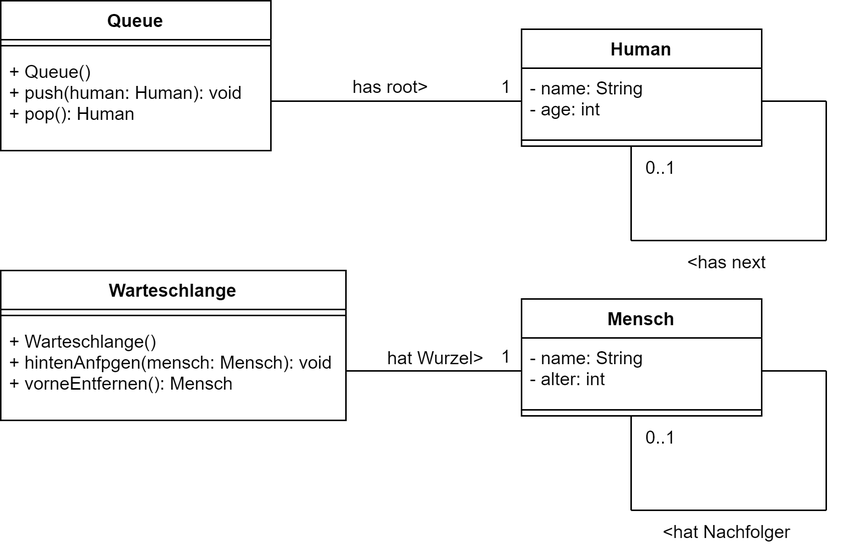
Before: Scripts/media/linkedlist_diagram.png, a diagram exported from draw.io (Lelidle/Java). Source tidied: cells renumbered, new cells last; positions are measured from the earlier drawing's top-left corner, leaving out a move shared by most shapes. The source it was exported from:
```xml
<mxGraphModel>
  <root>
    <mxCell id="0" />
    <mxCell id="1" parent="0" />
    <mxCell id="2" value="Queue" style="swimlane;fontStyle=1;align=center;verticalAlign=top;horizontal=1;startSize=26;" parent="1" vertex="1">
      <mxGeometry width="180" height="100" as="geometry" />
    </mxCell>
    <mxCell id="3" style="line;strokeWidth=1;fillColor=none;align=left;verticalAlign=middle;spacingTop=-1;spacingLeft=3;spacingRight=3;labelPosition=right;" parent="2" vertex="1">
      <mxGeometry y="26" width="180" height="8" as="geometry" />
    </mxCell>
    <mxCell id="4" value="+ Queue()&#10;+ push(human: Human): void&#10;+ pop(): Human" style="text;strokeColor=none;fillColor=none;align=left;verticalAlign=top;spacingLeft=4;spacingRight=4;overflow=hidden;points=[[0,0.5],[1,0.5]];portConstraint=eastwest;" parent="2" vertex="1">
      <mxGeometry y="34" width="180" height="66" as="geometry" />
    </mxCell>
    <mxCell id="5" value="Human" style="swimlane;fontStyle=1;align=center;verticalAlign=top;horizontal=1;startSize=26;" parent="1" vertex="1">
      <mxGeometry x="347" y="19" width="160" height="78" as="geometry" />
    </mxCell>
    <mxCell id="6" value="- name: String&#10;- age: int&#10;" style="text;strokeColor=none;fillColor=none;align=left;verticalAlign=top;spacingLeft=4;spacingRight=4;overflow=hidden;points=[[0,0.5],[1,0.5]];portConstraint=eastwest;" parent="5" vertex="1">
      <mxGeometry y="26" width="160" height="44" as="geometry" />
    </mxCell>
    <mxCell id="7" style="line;strokeWidth=1;fillColor=none;align=left;verticalAlign=middle;spacingTop=-1;spacingLeft=3;spacingRight=3;labelPosition=right;" parent="5" vertex="1">
      <mxGeometry y="70" width="160" height="8" as="geometry" />
    </mxCell>
    <mxCell id="8" style="endArrow=none;html=1;exitX=1;exitY=0.5;exitDx=0;exitDy=0;entryX=0;entryY=0.5;entryDx=0;entryDy=0;endFill=0;" parent="1" edge="1" source="4" target="6">
      <mxGeometry relative="1" as="geometry" />
    </mxCell>
    <mxCell id="9" value="has root&amp;gt;" style="text;html=1;strokeColor=none;fillColor=none;align=center;verticalAlign=middle;whiteSpace=wrap;rounded=0;" parent="1" vertex="1">
      <mxGeometry x="180" y="43" width="160" height="30" as="geometry" />
    </mxCell>
    <mxCell id="10" value="1" style="text;html=1;strokeColor=none;fillColor=none;align=center;verticalAlign=middle;whiteSpace=wrap;rounded=0;" parent="1" vertex="1">
      <mxGeometry x="327" y="43" width="20" height="30" as="geometry" />
    </mxCell>
    <mxCell id="11" style="endArrow=none;html=1;entryX=1;entryY=0.5;entryDx=0;entryDy=0;" parent="1" edge="1" target="6">
      <mxGeometry relative="1" as="geometry">
        <mxPoint x="550" y="67" as="sourcePoint" />
      </mxGeometry>
    </mxCell>
    <mxCell id="12" style="endArrow=none;html=1;" parent="1" edge="1">
      <mxGeometry relative="1" as="geometry">
        <mxPoint x="550" y="160" as="sourcePoint" />
        <mxPoint x="550" y="67" as="targetPoint" />
      </mxGeometry>
    </mxCell>
    <mxCell id="13" style="endArrow=none;html=1;" parent="1" edge="1">
      <mxGeometry relative="1" as="geometry">
        <mxPoint x="550" y="160" as="sourcePoint" />
        <mxPoint x="420" y="160" as="targetPoint" />
      </mxGeometry>
    </mxCell>
    <mxCell id="14" style="endArrow=none;html=1;endFill=0;" parent="1" edge="1">
      <mxGeometry relative="1" as="geometry">
        <mxPoint x="420" y="160" as="sourcePoint" />
        <mxPoint x="420" y="97" as="targetPoint" />
      </mxGeometry>
    </mxCell>
    <mxCell id="15" value="&amp;lt;has next" style="text;html=1;strokeColor=none;fillColor=none;align=center;verticalAlign=middle;whiteSpace=wrap;rounded=0;" parent="1" vertex="1">
      <mxGeometry x="404" y="160" width="160" height="30" as="geometry" />
    </mxCell>
    <mxCell id="16" value="0..1" style="text;html=1;strokeColor=none;fillColor=none;align=center;verticalAlign=middle;whiteSpace=wrap;rounded=0;" parent="1" vertex="1">
      <mxGeometry x="430" y="97" width="20" height="30" as="geometry" />
    </mxCell>
    <mxCell id="17" value="Warteschlange" style="swimlane;fontStyle=1;align=center;verticalAlign=top;horizontal=1;startSize=26;" parent="1" vertex="1">
      <mxGeometry y="180" width="230" height="100" as="geometry" />
    </mxCell>
    <mxCell id="18" style="line;strokeWidth=1;fillColor=none;align=left;verticalAlign=middle;spacingTop=-1;spacingLeft=3;spacingRight=3;labelPosition=right;" parent="17" vertex="1">
      <mxGeometry y="26" width="230" height="8" as="geometry" />
    </mxCell>
    <mxCell id="19" value="+ Warteschlange()&#10;+ hintenAnfpgen(mensch: Mensch): void&#10;+ vorneEntfernen(): Mensch" style="text;strokeColor=none;fillColor=none;align=left;verticalAlign=top;spacingLeft=4;spacingRight=4;overflow=hidden;points=[[0,0.5],[1,0.5]];portConstraint=eastwest;" parent="17" vertex="1">
      <mxGeometry y="34" width="230" height="66" as="geometry" />
    </mxCell>
    <mxCell id="20" value="Mensch" style="swimlane;fontStyle=1;align=center;verticalAlign=top;horizontal=1;startSize=26;" parent="1" vertex="1">
      <mxGeometry x="347" y="199" width="160" height="78" as="geometry" />
    </mxCell>
    <mxCell id="21" value="- name: String&#10;- alter: int&#10;" style="text;strokeColor=none;fillColor=none;align=left;verticalAlign=top;spacingLeft=4;spacingRight=4;overflow=hidden;points=[[0,0.5],[1,0.5]];portConstraint=eastwest;" parent="20" vertex="1">
      <mxGeometry y="26" width="160" height="44" as="geometry" />
    </mxCell>
    <mxCell id="22" style="line;strokeWidth=1;fillColor=none;align=left;verticalAlign=middle;spacingTop=-1;spacingLeft=3;spacingRight=3;labelPosition=right;" parent="20" vertex="1">
      <mxGeometry y="70" width="160" height="8" as="geometry" />
    </mxCell>
    <mxCell id="23" style="endArrow=none;html=1;exitX=1;exitY=0.5;exitDx=0;exitDy=0;entryX=0;entryY=0.5;entryDx=0;entryDy=0;endFill=0;" parent="1" edge="1" source="19" target="21">
      <mxGeometry relative="1" as="geometry" />
    </mxCell>
    <mxCell id="24" value="hat Wurzel&amp;gt;" style="text;html=1;strokeColor=none;fillColor=none;align=center;verticalAlign=middle;whiteSpace=wrap;rounded=0;" parent="1" vertex="1">
      <mxGeometry x="210" y="224" width="160" height="30" as="geometry" />
    </mxCell>
    <mxCell id="25" value="1" style="text;html=1;strokeColor=none;fillColor=none;align=center;verticalAlign=middle;whiteSpace=wrap;rounded=0;" parent="1" vertex="1">
      <mxGeometry x="327" y="223" width="20" height="30" as="geometry" />
    </mxCell>
    <mxCell id="26" style="endArrow=none;html=1;entryX=1;entryY=0.5;entryDx=0;entryDy=0;" parent="1" edge="1" target="21">
      <mxGeometry relative="1" as="geometry">
        <mxPoint x="550" y="247" as="sourcePoint" />
      </mxGeometry>
    </mxCell>
    <mxCell id="27" style="endArrow=none;html=1;" parent="1" edge="1">
      <mxGeometry relative="1" as="geometry">
        <mxPoint x="550" y="340" as="sourcePoint" />
        <mxPoint x="550" y="247" as="targetPoint" />
      </mxGeometry>
    </mxCell>
    <mxCell id="28" style="endArrow=none;html=1;" parent="1" edge="1">
      <mxGeometry relative="1" as="geometry">
        <mxPoint x="550" y="340" as="sourcePoint" />
        <mxPoint x="420" y="340" as="targetPoint" />
      </mxGeometry>
    </mxCell>
    <mxCell id="29" style="endArrow=none;html=1;endFill=0;" parent="1" edge="1">
      <mxGeometry relative="1" as="geometry">
        <mxPoint x="420" y="340" as="sourcePoint" />
        <mxPoint x="420" y="277" as="targetPoint" />
      </mxGeometry>
    </mxCell>
    <mxCell id="30" value="&amp;lt;hat Nachfolger" style="text;html=1;strokeColor=none;fillColor=none;align=center;verticalAlign=middle;whiteSpace=wrap;rounded=0;" parent="1" vertex="1">
      <mxGeometry x="404" y="340" width="160" height="30" as="geometry" />
    </mxCell>
    <mxCell id="31" value="0..1" style="text;html=1;strokeColor=none;fillColor=none;align=center;verticalAlign=middle;whiteSpace=wrap;rounded=0;" parent="1" vertex="1">
      <mxGeometry x="430" y="277" width="20" height="30" as="geometry" />
    </mxCell>
  </root>
</mxGraphModel>
```
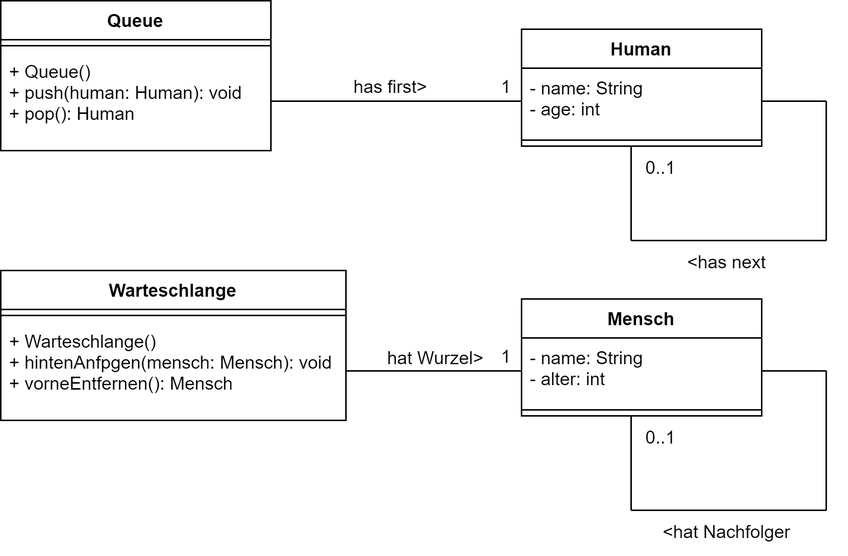
Above is the later version.

Change to the diagram source:
```diff
@@ -23,7 +23,7 @@
     <mxCell id="8" style="endArrow=none;html=1;exitX=1;exitY=0.5;exitDx=0;exitDy=0;entryX=0;entryY=0.5;entryDx=0;entryDy=0;endFill=0;" parent="1" edge="1" source="4" target="6">
       <mxGeometry relative="1" as="geometry" />
     </mxCell>
-    <mxCell id="9" value="has root&amp;gt;" style="text;html=1;strokeColor=none;fillColor=none;align=center;verticalAlign=middle;whiteSpace=wrap;rounded=0;" parent="1" vertex="1">
+    <mxCell id="9" value="has first&amp;gt;" style="text;html=1;strokeColor=none;fillColor=none;align=center;verticalAlign=middle;whiteSpace=wrap;rounded=0;" parent="1" vertex="1">
       <mxGeometry x="180" y="43" width="160" height="30" as="geometry" />
     </mxCell>
     <mxCell id="10" value="1" style="text;html=1;strokeColor=none;fillColor=none;align=center;verticalAlign=middle;whiteSpace=wrap;rounded=0;" parent="1" vertex="1">
```
